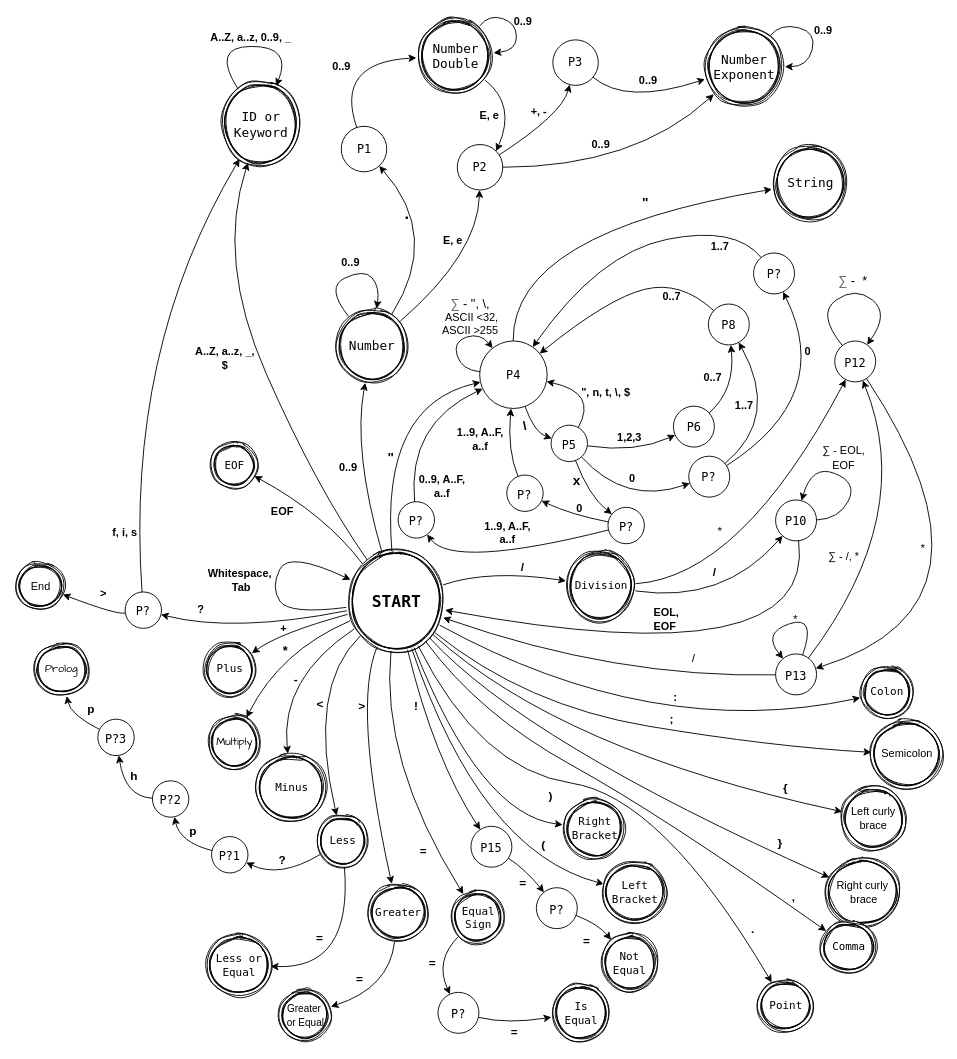
VileDeg/ifj22 keeps this draw.io diagram as finite-state-machine.drawio. Above is the earlier version. Source tidied: cells renumbered, new cells numbered last; positions are measured from the earlier drawing's top-left corner, leaving out a move shared by most shapes. Both pictures are drawn from the tidied source at 91%, with x=0, y=0 at pixel (15, 14).
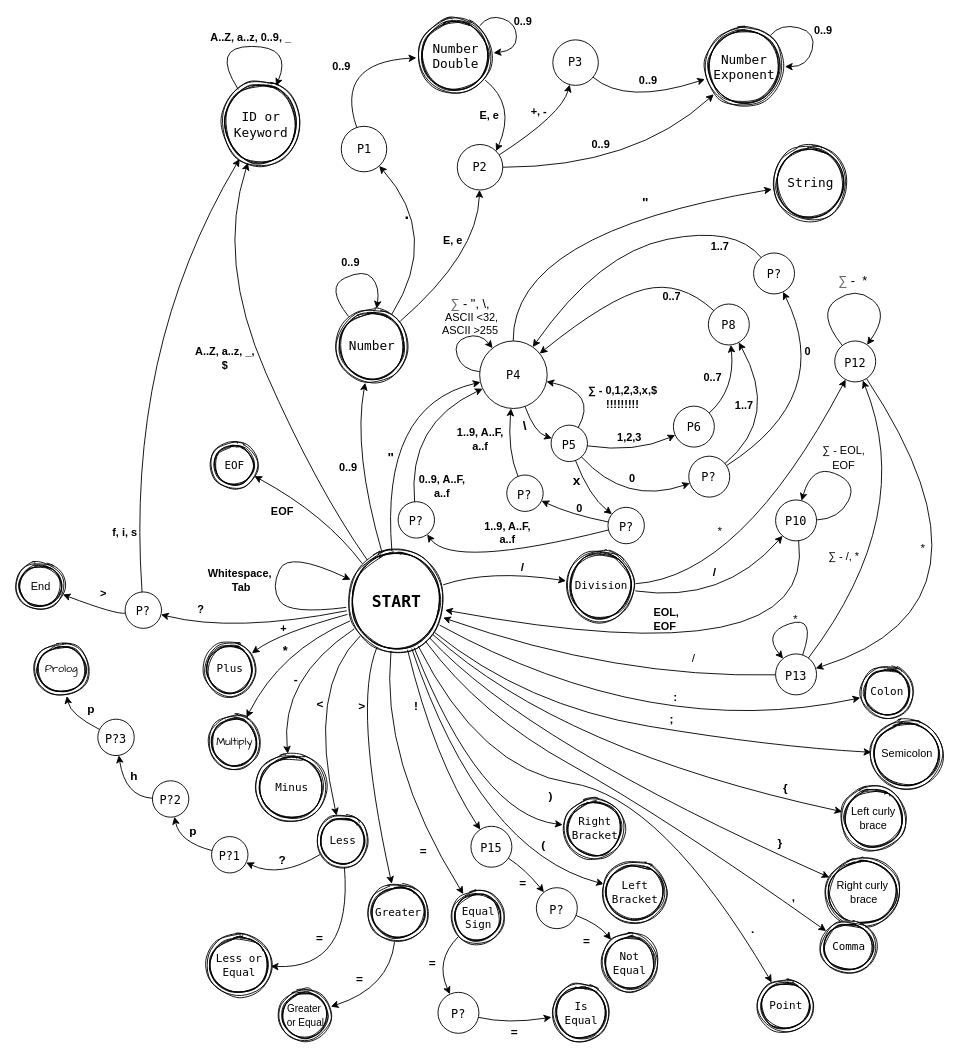
Above is the later version.

What changed in the source:
```diff
@@
-    <mxCell id="49" value="&lt;b&gt;&quot;, n, t, \, $&lt;/b&gt;" style="text;html=1;strokeColor=none;fillColor=none;align=center;verticalAlign=middle;whiteSpace=wrap;rounded=0;sketch=1;" parent="1" vertex="1">
-      <mxGeometry x="616.9" y="400.8" width="63" height="30" as="geometry" />
+    <mxCell id="49" value="&lt;span style=&quot;font-family: arial, sans-serif; text-align: left; background-color: rgb(255, 255, 255);&quot;&gt;&lt;b&gt;∑ - 0,1,2,3,x,$&lt;br&gt;!!!!!!!!!&lt;br&gt;&lt;/b&gt;&lt;/span&gt;" style="text;html=1;strokeColor=none;fillColor=none;align=center;verticalAlign=middle;whiteSpace=wrap;rounded=0;sketch=1;" parent="1" vertex="1">
+      <mxGeometry x="622.5" y="405.8" width="87.5" height="30" as="geometry" />
     </mxCell>
```
